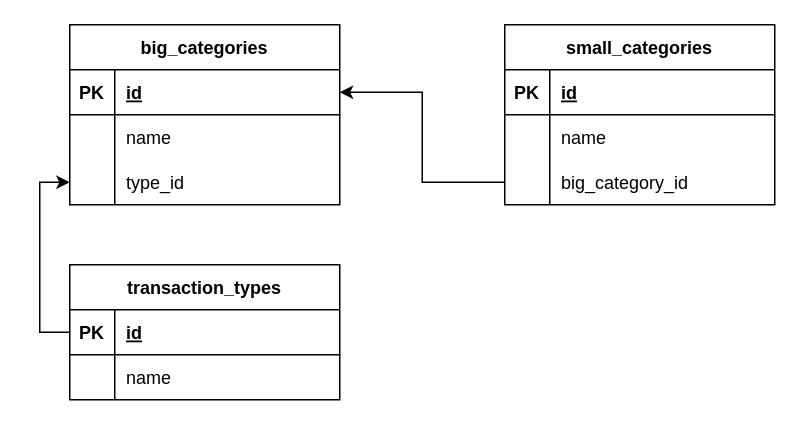
The draw.io diagram er.drawio in codeto0516/pairly-backend, before the edit. Source tidied: cells renumbered, new cells numbered last; positions are measured from the earlier drawing's top-left corner, leaving out a move shared by most shapes. Both pictures are drawn from the tidied source at 150%, with x=0, y=0 at pixel (39, 24).
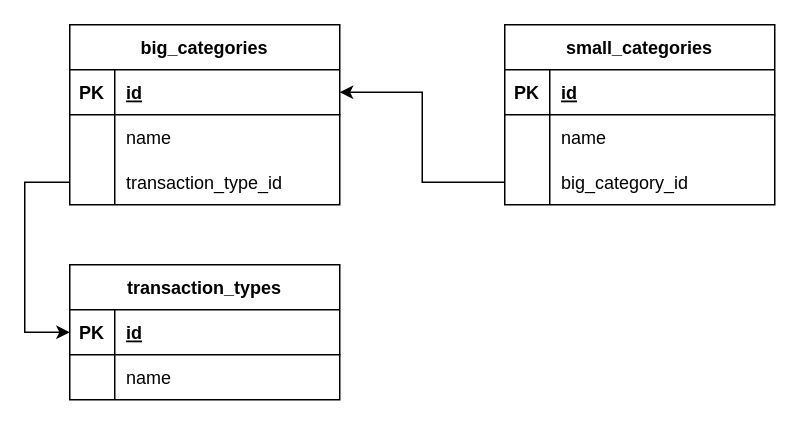
The same diagram, later.

Unchanged cells that the change refers to:
```xml
<mxCell id="9" style="shape=tableRow;horizontal=0;startSize=0;swimlaneHead=0;swimlaneBody=0;fillColor=none;points=[[0,0.5],[1,0.5]];portConstraint=eastwest;top=0;left=0;right=0;bottom=0;" parent="2" vertex="1">
  <mxGeometry y="90" width="180" height="30" as="geometry" />
</mxCell>
<mxCell id="24" style="shape=tableRow;horizontal=0;startSize=0;swimlaneHead=0;swimlaneBody=0;fillColor=none;points=[[0,0.5],[1,0.5]];portConstraint=eastwest;top=0;left=0;right=0;bottom=1;" parent="23" vertex="1">
  <mxGeometry y="30" width="180" height="30" as="geometry" />
</mxCell>
```

What changed in the source:
```diff
@@
-    <mxCell id="11" value="type_id" style="shape=partialRectangle;fillColor=none;top=0;left=0;bottom=0;right=0;align=left;spacingLeft=6;overflow=hidden;" parent="9" vertex="1">
+    <mxCell id="11" value="transaction_type_id" style="shape=partialRectangle;fillColor=none;top=0;left=0;bottom=0;right=0;align=left;spacingLeft=6;overflow=hidden;" parent="9" vertex="1">
       <mxGeometry x="30" width="150" height="30" as="geometry" />
     </mxCell>
@@
-    <mxCell id="30" style="edgeStyle=orthogonalEdgeStyle;rounded=0;jumpSize=6;html=1;exitX=0;exitY=0.5;exitDx=0;exitDy=0;entryX=0;entryY=0.5;entryDx=0;entryDy=0;shadow=0;strokeColor=default;endSize=6;elbow=vertical;" parent="1" edge="1" source="24" target="9">
+    <mxCell id="30" style="edgeStyle=orthogonalEdgeStyle;html=1;exitX=0;exitY=0.5;exitDx=0;exitDy=0;entryX=0;entryY=0.5;entryDx=0;entryDy=0;rounded=0;" parent="1" edge="1" source="9" target="24">
       <mxGeometry relative="1" as="geometry">
         <Array as="points">
-          <mxPoint y="205" />
-          <mxPoint y="105" />
+          <mxPoint x="-10" y="105" />
+          <mxPoint x="-10" y="205" />
         </Array>
       </mxGeometry>
     </mxCell>
```
